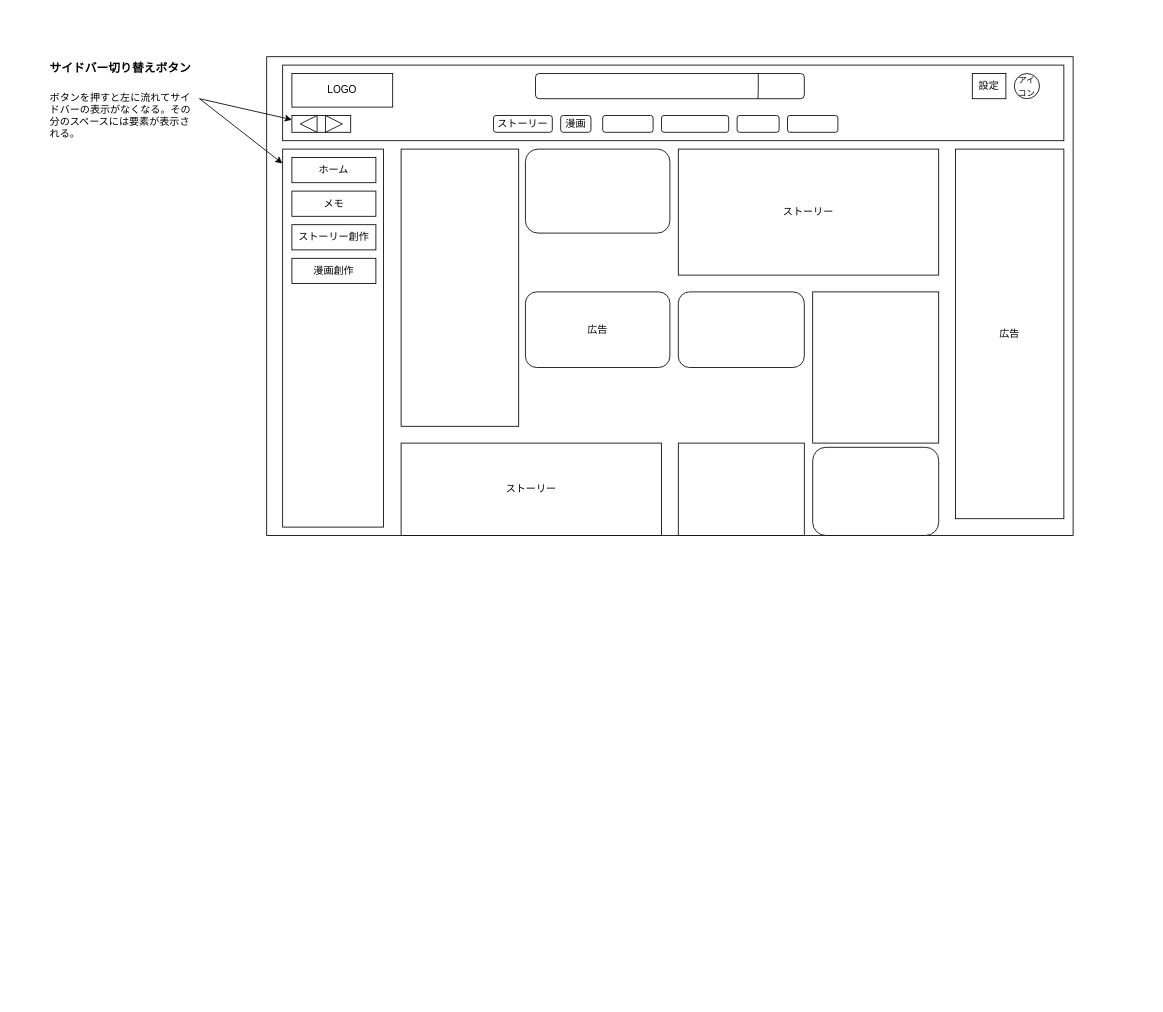
tottemoren/Rebuild-with-ClaudeCode keeps this draw.io diagram as docs/02-screen-design/wireframes/home.drawio. Above is the earlier version. Source tidied: cells renumbered, new cells numbered last; positions are measured from the earlier drawing's top-left corner, leaving out a move shared by most shapes. Both pictures are drawn from the tidied source at 84%, with x=0, y=0 at pixel (48, 48).
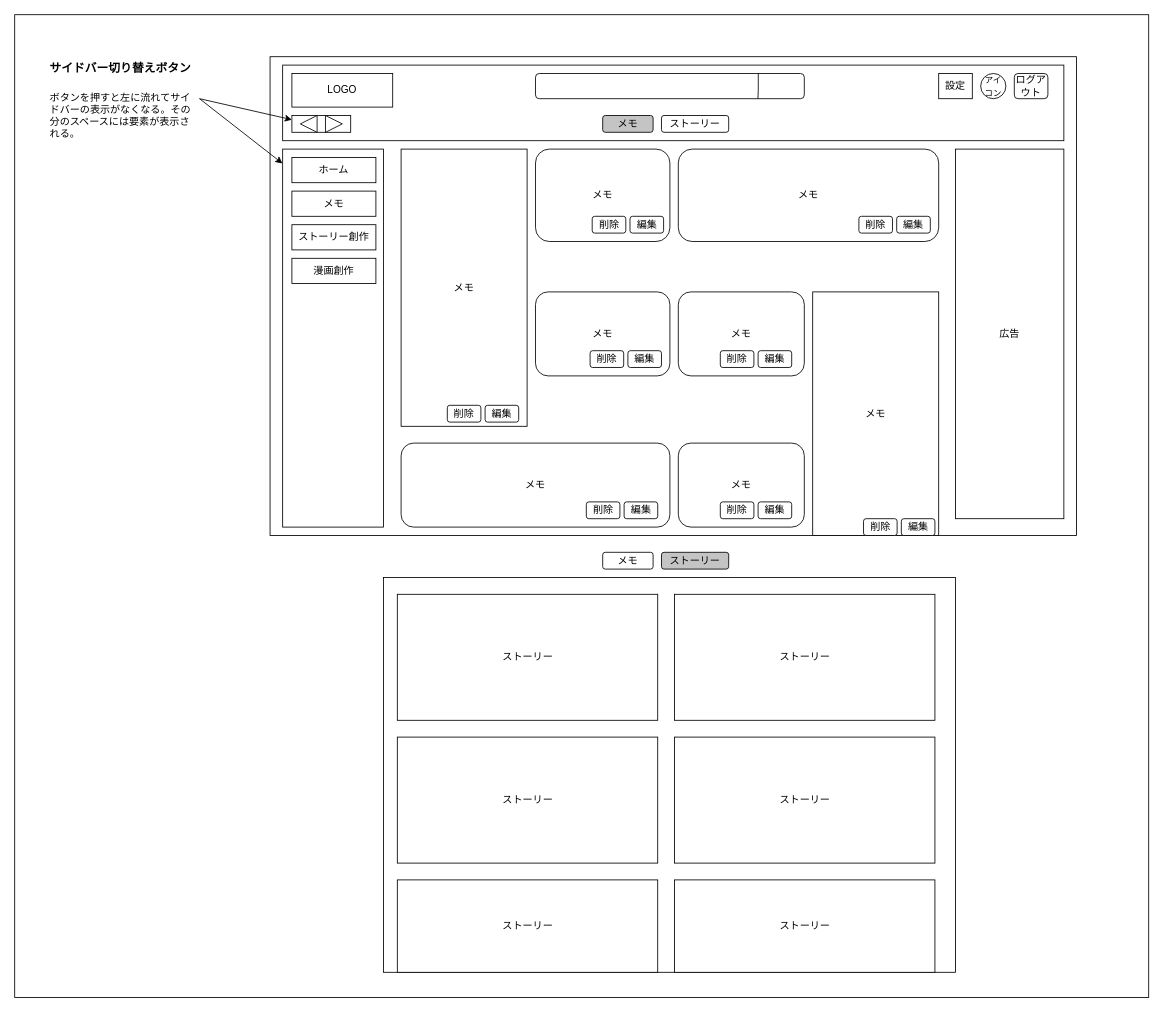
After the change.

What changed in the source:
```diff
@@
+    <mxCell id="36" style="rounded=0;whiteSpace=wrap;html=1;" parent="1" vertex="1">
+      <mxGeometry x="-40" y="-40" width="1350" height="1170" as="geometry" />
+    </mxCell>
     <mxCell id="2" style="rounded=0;whiteSpace=wrap;html=1;" parent="1" vertex="1">
-      <mxGeometry x="260" y="10" width="960" height="570" as="geometry" />
+      <mxGeometry x="264" y="10" width="960" height="570" as="geometry" />
     </mxCell>
@@
-    <mxCell id="6" value="ホーム" style="rounded=0;whiteSpace=wrap;html=1;" parent="1" vertex="1">
+    <mxCell id="6" value="ホーム" style="rounded=0;whiteSpace=wrap;html=1;fillColor=#FFFFFF;" parent="1" vertex="1">
       <mxGeometry x="290" y="130" width="100" height="30" as="geometry" />
     </mxCell>
@@
     <mxCell id="16" value="&lt;font style=&quot;font-size: 10px;&quot;&gt;アイコン&lt;/font&gt;" style="ellipse;whiteSpace=wrap;html=1;" parent="1" vertex="1">
-      <mxGeometry x="1150" y="30" width="30" height="30" as="geometry" />
+      <mxGeometry x="1110" y="30" width="30" height="30" as="geometry" />
     </mxCell>
-    <mxCell id="17" value="ストーリー" style="rounded=1;whiteSpace=wrap;html=1;" parent="1" vertex="1">
-      <mxGeometry x="530" y="80" width="70" height="20" as="geometry" />
-    </mxCell>
-    <mxCell id="18" value="漫画" style="rounded=1;whiteSpace=wrap;html=1;" parent="1" vertex="1">
-      <mxGeometry x="610" y="80" width="36" height="20" as="geometry" />
-    </mxCell>
-    <mxCell id="19" style="rounded=1;whiteSpace=wrap;html=1;" parent="1" vertex="1">
+    <mxCell id="19" value="メモ" style="rounded=1;whiteSpace=wrap;html=1;fillColor=#C4C4C4;" parent="1" vertex="1">
       <mxGeometry x="660" y="80" width="60" height="20" as="geometry" />
     </mxCell>
-    <mxCell id="20" style="rounded=1;whiteSpace=wrap;html=1;" parent="1" vertex="1">
+    <mxCell id="20" value="ストーリー" style="rounded=1;whiteSpace=wrap;html=1;" parent="1" vertex="1">
       <mxGeometry x="730" y="80" width="80" height="20" as="geometry" />
     </mxCell>
-    <mxCell id="21" style="rounded=1;whiteSpace=wrap;html=1;" parent="1" vertex="1">
-      <mxGeometry x="820" y="80" width="50" height="20" as="geometry" />
-    </mxCell>
-    <mxCell id="22" style="rounded=1;whiteSpace=wrap;html=1;" parent="1" vertex="1">
-      <mxGeometry x="880" y="80" width="60" height="20" as="geometry" />
-    </mxCell>
-    <mxCell id="23" value="ストーリー" style="rounded=0;whiteSpace=wrap;html=1;" parent="1" vertex="1">
-      <mxGeometry x="750" y="120" width="310" height="150" as="geometry" />
-    </mxCell>
-    <mxCell id="24" value="ストーリー" style="rounded=0;whiteSpace=wrap;html=1;" parent="1" vertex="1">
-      <mxGeometry x="420" y="470" width="310" height="110" as="geometry" />
-    </mxCell>
-    <mxCell id="25" style="rounded=0;whiteSpace=wrap;html=1;" parent="1" vertex="1">
-      <mxGeometry x="420" y="120" width="140" height="330" as="geometry" />
+    <mxCell id="25" value="メモ" style="rounded=0;whiteSpace=wrap;html=1;" parent="1" vertex="1">
+      <mxGeometry x="420" y="120" width="150" height="330" as="geometry" />
     </mxCell>
-    <mxCell id="26" style="rounded=1;whiteSpace=wrap;html=1;" parent="1" vertex="1">
-      <mxGeometry x="568" y="120" width="172" height="100" as="geometry" />
+    <mxCell id="26" value="メモ" style="rounded=1;whiteSpace=wrap;html=1;" parent="1" vertex="1">
+      <mxGeometry x="580" y="120" width="160" height="110" as="geometry" />
     </mxCell>
-    <mxCell id="27" value="広告" style="rounded=1;whiteSpace=wrap;html=1;" parent="1" vertex="1">
-      <mxGeometry x="568" y="290" width="172" height="90" as="geometry" />
+    <mxCell id="27" value="メモ" style="rounded=1;whiteSpace=wrap;html=1;" parent="1" vertex="1">
+      <mxGeometry x="580" y="290" width="160" height="100" as="geometry" />
     </mxCell>
-    <mxCell id="28" style="rounded=1;whiteSpace=wrap;html=1;" parent="1" vertex="1">
-      <mxGeometry x="750" y="290" width="150" height="90" as="geometry" />
+    <mxCell id="28" value="メモ" style="rounded=1;whiteSpace=wrap;html=1;" parent="1" vertex="1">
+      <mxGeometry x="750" y="290" width="150" height="100" as="geometry" />
     </mxCell>
-    <mxCell id="29" style="rounded=0;whiteSpace=wrap;html=1;" parent="1" vertex="1">
-      <mxGeometry x="910" y="290" width="150" height="180" as="geometry" />
+    <mxCell id="29" value="メモ" style="rounded=0;whiteSpace=wrap;html=1;" parent="1" vertex="1">
+      <mxGeometry x="910" y="290" width="150" height="290" as="geometry" />
     </mxCell>
-    <mxCell id="30" style="rounded=1;whiteSpace=wrap;html=1;" parent="1" vertex="1">
-      <mxGeometry x="910" y="475" width="150" height="105" as="geometry" />
-    </mxCell>
-    <mxCell id="31" style="rounded=0;whiteSpace=wrap;html=1;" parent="1" vertex="1">
-      <mxGeometry x="750" y="470" width="150" height="110" as="geometry" />
-    </mxCell>
     <mxCell id="32" value="設定" style="rounded=0;whiteSpace=wrap;html=1;" parent="1" vertex="1">
-      <mxGeometry x="1100" y="30" width="40" height="30" as="geometry" />
+      <mxGeometry x="1060" y="30" width="40" height="30" as="geometry" />
     </mxCell>
@@
+    <mxCell id="37" style="rounded=0;whiteSpace=wrap;html=1;" parent="1" vertex="1">
+      <mxGeometry x="399" y="630" width="681" height="470" as="geometry" />
+    </mxCell>
+    <mxCell id="23" value="ストーリー" style="rounded=0;whiteSpace=wrap;html=1;" parent="1" vertex="1">
+      <mxGeometry x="745.5" y="650" width="310" height="150" as="geometry" />
+    </mxCell>
+    <mxCell id="38" value="ストーリー" style="rounded=0;whiteSpace=wrap;html=1;" parent="1" vertex="1">
+      <mxGeometry x="415.5" y="650" width="310" height="150" as="geometry" />
+    </mxCell>
+    <mxCell id="39" value="ストーリー" style="rounded=0;whiteSpace=wrap;html=1;" parent="1" vertex="1">
+      <mxGeometry x="415.5" y="820" width="310" height="150" as="geometry" />
+    </mxCell>
+    <mxCell id="40" value="ストーリー" style="rounded=0;whiteSpace=wrap;html=1;" parent="1" vertex="1">
+      <mxGeometry x="745.5" y="820" width="310" height="150" as="geometry" />
+    </mxCell>
+    <mxCell id="41" value="ストーリー" style="rounded=0;whiteSpace=wrap;html=1;" parent="1" vertex="1">
+      <mxGeometry x="415.5" y="990" width="310" height="110" as="geometry" />
+    </mxCell>
+    <mxCell id="42" value="ストーリー" style="rounded=0;whiteSpace=wrap;html=1;" parent="1" vertex="1">
+      <mxGeometry x="745.5" y="990" width="310" height="110" as="geometry" />
+    </mxCell>
+    <mxCell id="43" value="メモ" style="rounded=1;whiteSpace=wrap;html=1;" parent="1" vertex="1">
+      <mxGeometry x="750" y="120" width="310" height="110" as="geometry" />
+    </mxCell>
+    <mxCell id="44" value="メモ" style="rounded=1;whiteSpace=wrap;html=1;" parent="1" vertex="1">
+      <mxGeometry x="420" y="470" width="320" height="100" as="geometry" />
+    </mxCell>
+    <mxCell id="45" value="メモ" style="rounded=1;whiteSpace=wrap;html=1;" parent="1" vertex="1">
+      <mxGeometry x="750" y="470" width="150" height="100" as="geometry" />
+    </mxCell>
+    <mxCell id="46" value="メモ" style="rounded=1;whiteSpace=wrap;html=1;fillColor=#FFFFFF;" parent="1" vertex="1">
+      <mxGeometry x="660" y="600" width="60" height="20" as="geometry" />
+    </mxCell>
+    <mxCell id="47" value="ストーリー" style="rounded=1;whiteSpace=wrap;html=1;fillColor=#C4C4C4;" parent="1" vertex="1">
+      <mxGeometry x="730" y="600" width="80" height="20" as="geometry" />
+    </mxCell>
+    <mxCell id="48" value="ログアウト" style="rounded=1;whiteSpace=wrap;html=1;" parent="1" vertex="1">
+      <mxGeometry x="1150" y="30" width="40" height="30" as="geometry" />
+    </mxCell>
+    <mxCell id="49" value="削除" style="rounded=1;whiteSpace=wrap;html=1;" parent="1" vertex="1">
+      <mxGeometry x="475" y="425" width="40" height="20" as="geometry" />
+    </mxCell>
+    <mxCell id="50" value="編集" style="rounded=1;whiteSpace=wrap;html=1;" parent="1" vertex="1">
+      <mxGeometry x="520" y="425" width="40" height="20" as="geometry" />
+    </mxCell>
+    <mxCell id="51" value="削除" style="rounded=1;whiteSpace=wrap;html=1;" parent="1" vertex="1">
+      <mxGeometry x="965" y="200" width="40" height="20" as="geometry" />
+    </mxCell>
+    <mxCell id="52" value="編集" style="rounded=1;whiteSpace=wrap;html=1;" parent="1" vertex="1">
+      <mxGeometry x="1010" y="200" width="40" height="20" as="geometry" />
+    </mxCell>
+    <mxCell id="53" value="削除" style="rounded=1;whiteSpace=wrap;html=1;" parent="1" vertex="1">
+      <mxGeometry x="640.5" y="540" width="40" height="20" as="geometry" />
+    </mxCell>
+    <mxCell id="54" value="編集" style="rounded=1;whiteSpace=wrap;html=1;" parent="1" vertex="1">
+      <mxGeometry x="685.5" y="540" width="40" height="20" as="geometry" />
+    </mxCell>
+    <mxCell id="55" value="削除" style="rounded=1;whiteSpace=wrap;html=1;" parent="1" vertex="1">
+      <mxGeometry x="645" y="360" width="40" height="20" as="geometry" />
+    </mxCell>
+    <mxCell id="56" value="編集" style="rounded=1;whiteSpace=wrap;html=1;" parent="1" vertex="1">
+      <mxGeometry x="690" y="360" width="40" height="20" as="geometry" />
+    </mxCell>
+    <mxCell id="57" value="削除" style="rounded=1;whiteSpace=wrap;html=1;" parent="1" vertex="1">
+      <mxGeometry x="647.5" y="200" width="40" height="20" as="geometry" />
+    </mxCell>
+    <mxCell id="58" value="編集" style="rounded=1;whiteSpace=wrap;html=1;" parent="1" vertex="1">
+      <mxGeometry x="692.5" y="200" width="40" height="20" as="geometry" />
+    </mxCell>
+    <mxCell id="59" value="削除" style="rounded=1;whiteSpace=wrap;html=1;" parent="1" vertex="1">
+      <mxGeometry x="800" y="360" width="40" height="20" as="geometry" />
+    </mxCell>
+    <mxCell id="60" value="編集" style="rounded=1;whiteSpace=wrap;html=1;" parent="1" vertex="1">
+      <mxGeometry x="845" y="360" width="40" height="20" as="geometry" />
+    </mxCell>
+    <mxCell id="61" value="削除" style="rounded=1;whiteSpace=wrap;html=1;" parent="1" vertex="1">
+      <mxGeometry x="800" y="540" width="40" height="20" as="geometry" />
+    </mxCell>
+    <mxCell id="62" value="編集" style="rounded=1;whiteSpace=wrap;html=1;" parent="1" vertex="1">
+      <mxGeometry x="845" y="540" width="40" height="20" as="geometry" />
+    </mxCell>
+    <mxCell id="63" value="削除" style="rounded=1;whiteSpace=wrap;html=1;" parent="1" vertex="1">
+      <mxGeometry x="970.5" y="560" width="40" height="20" as="geometry" />
+    </mxCell>
+    <mxCell id="64" value="編集" style="rounded=1;whiteSpace=wrap;html=1;" parent="1" vertex="1">
+      <mxGeometry x="1015.5" y="560" width="40" height="20" as="geometry" />
+    </mxCell>
```
